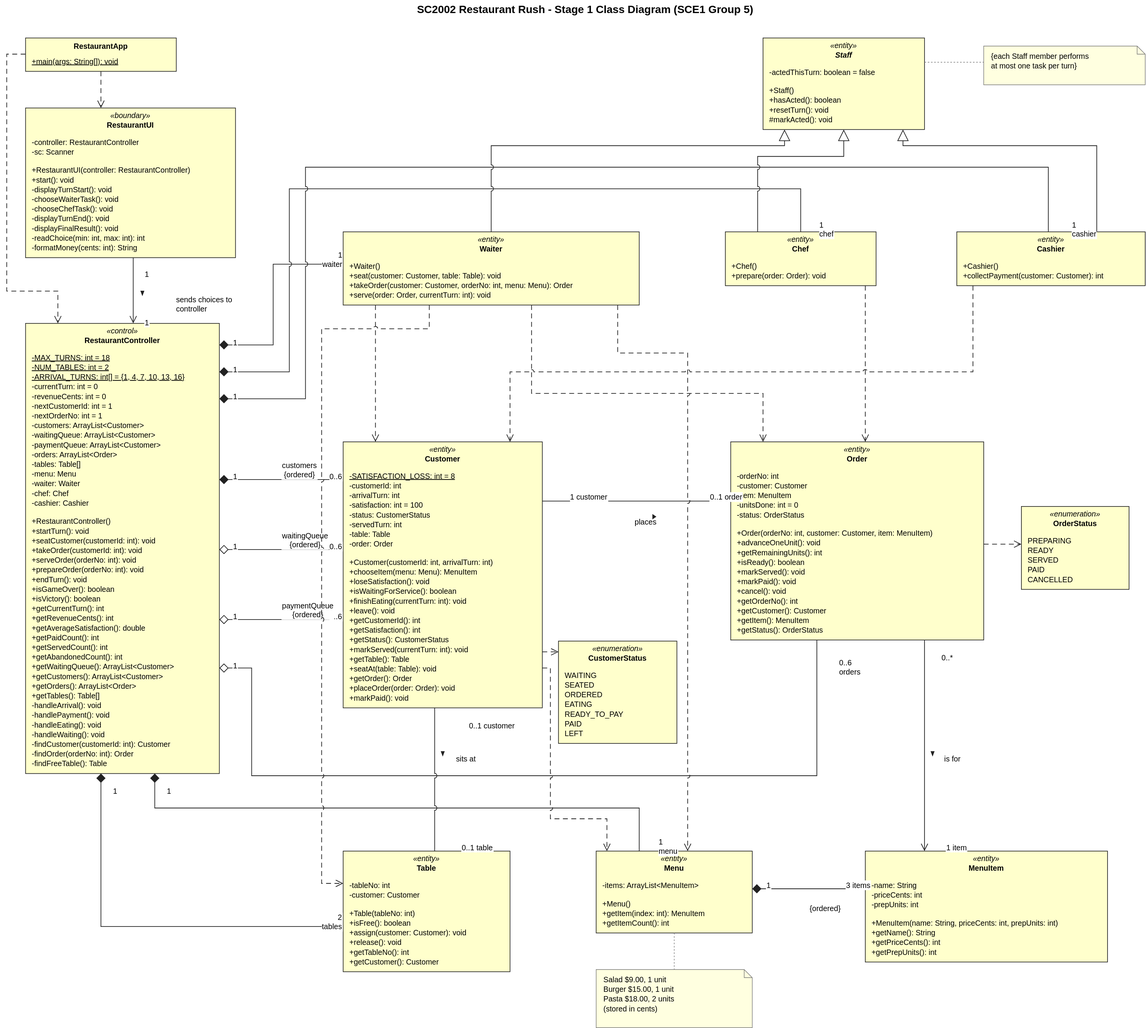
Above: docs/stage1_class_diagram.drawio.svg in Divyansh050505/SC2002-Restaurant-Rush-SCE1-Group5 (draw.io), before the change. Source tidied: cells renumbered, new cells last; positions are measured from the earlier drawing's top-left corner, leaving out a move shared by most shapes.
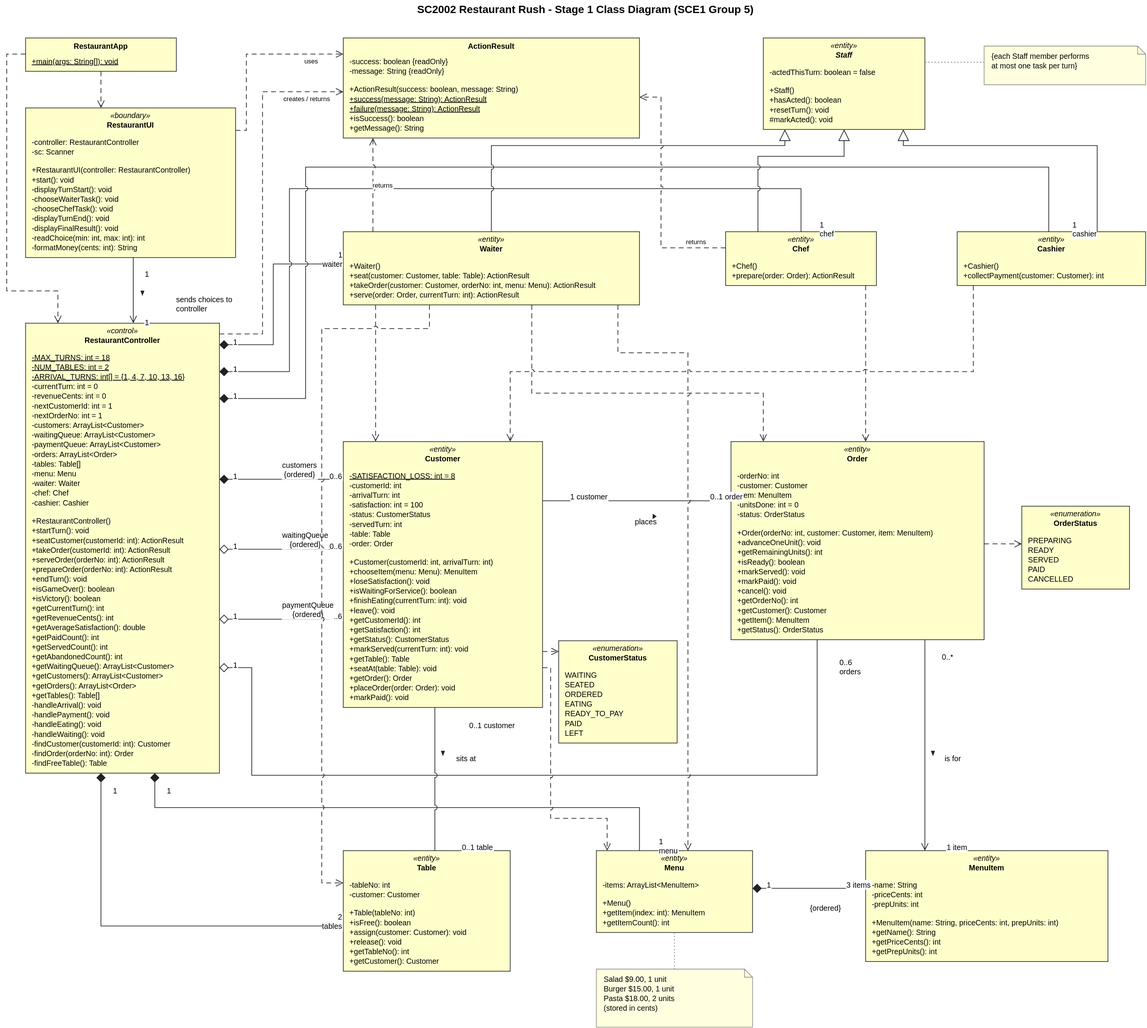
The same file after the commit.

Commit message:
Implement the customer class with validation checks; update the UML class diagram to include ActionResult class

The edit, as a diff of the source:
```diff
@@ -134,16 +134,16 @@
     <mxCell id="45" value="+startTurn(): void" style="text;html=0;strokeColor=none;fillColor=none;overflow=visible;whiteSpace=nowrap;fontFamily=Arial;fontSize=14;spacing=0;verticalAlign=middle;fontStyle=0;align=left;" parent="23" vertex="1">
       <mxGeometry x="12" y="376" width="336" height="18" as="geometry" />
     </mxCell>
-    <mxCell id="46" value="+seatCustomer(customerId: int): void" style="text;html=0;strokeColor=none;fillColor=none;overflow=visible;whiteSpace=nowrap;fontFamily=Arial;fontSize=14;spacing=0;verticalAlign=middle;fontStyle=0;align=left;" parent="23" vertex="1">
+    <mxCell id="46" value="+seatCustomer(customerId: int): ActionResult" style="text;html=0;strokeColor=none;fillColor=none;overflow=visible;whiteSpace=nowrap;fontFamily=Arial;fontSize=14;spacing=0;verticalAlign=middle;fontStyle=0;align=left;" parent="23" vertex="1">
       <mxGeometry x="12" y="394" width="336" height="18" as="geometry" />
     </mxCell>
-    <mxCell id="47" value="+takeOrder(customerId: int): void" style="text;html=0;strokeColor=none;fillColor=none;overflow=visible;whiteSpace=nowrap;fontFamily=Arial;fontSize=14;spacing=0;verticalAlign=middle;fontStyle=0;align=left;" parent="23" vertex="1">
+    <mxCell id="47" value="+takeOrder(customerId: int): ActionResult" style="text;html=0;strokeColor=none;fillColor=none;overflow=visible;whiteSpace=nowrap;fontFamily=Arial;fontSize=14;spacing=0;verticalAlign=middle;fontStyle=0;align=left;" parent="23" vertex="1">
       <mxGeometry x="12" y="412" width="336" height="18" as="geometry" />
     </mxCell>
-    <mxCell id="48" value="+serveOrder(orderNo: int): void" style="text;html=0;strokeColor=none;fillColor=none;overflow=visible;whiteSpace=nowrap;fontFamily=Arial;fontSize=14;spacing=0;verticalAlign=middle;fontStyle=0;align=left;" parent="23" vertex="1">
+    <mxCell id="48" value="+serveOrder(orderNo: int): ActionResult" style="text;html=0;strokeColor=none;fillColor=none;overflow=visible;whiteSpace=nowrap;fontFamily=Arial;fontSize=14;spacing=0;verticalAlign=middle;fontStyle=0;align=left;" parent="23" vertex="1">
       <mxGeometry x="12" y="430" width="336" height="18" as="geometry" />
     </mxCell>
-    <mxCell id="49" value="+prepareOrder(orderNo: int): void" style="text;html=0;strokeColor=none;fillColor=none;overflow=visible;whiteSpace=nowrap;fontFamily=Arial;fontSize=14;spacing=0;verticalAlign=middle;fontStyle=0;align=left;" parent="23" vertex="1">
+    <mxCell id="49" value="+prepareOrder(orderNo: int): ActionResult" style="text;html=0;strokeColor=none;fillColor=none;overflow=visible;whiteSpace=nowrap;fontFamily=Arial;fontSize=14;spacing=0;verticalAlign=middle;fontStyle=0;align=left;" parent="23" vertex="1">
       <mxGeometry x="12" y="448" width="336" height="18" as="geometry" />
     </mxCell>
     <mxCell id="50" value="+endTurn(): void" style="text;html=0;strokeColor=none;fillColor=none;overflow=visible;whiteSpace=nowrap;fontFamily=Arial;fontSize=14;spacing=0;verticalAlign=middle;fontStyle=0;align=left;" parent="23" vertex="1">
@@ -206,6 +206,39 @@
     <mxCell id="69" value="-findFreeTable(): Table" style="text;html=0;strokeColor=none;fillColor=none;overflow=visible;whiteSpace=nowrap;fontFamily=Arial;fontSize=14;spacing=0;verticalAlign=middle;fontStyle=0;align=left;" parent="23" vertex="1">
       <mxGeometry x="12" y="808" width="336" height="18" as="geometry" />
     </mxCell>
+    <mxCell id="281" style="rounded=0;whiteSpace=wrap;html=0;fillColor=#FFFFCC;strokeColor=#222222;strokeWidth=1.2;" parent="1" vertex="1">
+      <mxGeometry x="625" y="70" width="550" height="186" as="geometry" />
+    </mxCell>
+    <mxCell id="282" value="ActionResult" style="text;html=0;strokeColor=none;fillColor=none;overflow=visible;whiteSpace=nowrap;fontFamily=Arial;fontSize=14;spacing=0;verticalAlign=middle;fontStyle=1;align=center;" parent="281" vertex="1">
+      <mxGeometry y="6" width="550" height="18" as="geometry" />
+    </mxCell>
+    <mxCell id="283" style="shape=line;strokeColor=#222222;strokeWidth=1;" parent="281" vertex="1">
+      <mxGeometry y="28" width="550" as="geometry" />
+    </mxCell>
+    <mxCell id="284" value="-success: boolean {readOnly}" style="text;html=0;strokeColor=none;fillColor=none;overflow=visible;whiteSpace=nowrap;fontFamily=Arial;fontSize=14;spacing=0;verticalAlign=middle;fontStyle=0;align=left;" parent="281" vertex="1">
+      <mxGeometry x="12" y="34" width="526" height="18" as="geometry" />
+    </mxCell>
+    <mxCell id="285" value="-message: String {readOnly}" style="text;html=0;strokeColor=none;fillColor=none;overflow=visible;whiteSpace=nowrap;fontFamily=Arial;fontSize=14;spacing=0;verticalAlign=middle;fontStyle=0;align=left;" parent="281" vertex="1">
+      <mxGeometry x="12" y="52" width="526" height="18" as="geometry" />
+    </mxCell>
+    <mxCell id="286" style="shape=line;strokeColor=#222222;strokeWidth=1;" parent="281" vertex="1">
+      <mxGeometry y="80" width="550" as="geometry" />
+    </mxCell>
+    <mxCell id="287" value="+ActionResult(success: boolean, message: String)" style="text;html=0;strokeColor=none;fillColor=none;overflow=visible;whiteSpace=nowrap;fontFamily=Arial;fontSize=14;spacing=0;verticalAlign=middle;fontStyle=0;align=left;" parent="281" vertex="1">
+      <mxGeometry x="12" y="86" width="526" height="18" as="geometry" />
+    </mxCell>
+    <mxCell id="288" value="+success(message: String): ActionResult" style="text;html=0;strokeColor=none;fillColor=none;overflow=visible;whiteSpace=nowrap;fontFamily=Arial;fontSize=14;spacing=0;verticalAlign=middle;fontStyle=4;align=left;" parent="281" vertex="1">
+      <mxGeometry x="12" y="104" width="526" height="18" as="geometry" />
+    </mxCell>
+    <mxCell id="289" value="+failure(message: String): ActionResult" style="text;html=0;strokeColor=none;fillColor=none;overflow=visible;whiteSpace=nowrap;fontFamily=Arial;fontSize=14;spacing=0;verticalAlign=middle;fontStyle=4;align=left;" parent="281" vertex="1">
+      <mxGeometry x="12" y="122" width="526" height="18" as="geometry" />
+    </mxCell>
+    <mxCell id="290" value="+isSuccess(): boolean" style="text;html=0;strokeColor=none;fillColor=none;overflow=visible;whiteSpace=nowrap;fontFamily=Arial;fontSize=14;spacing=0;verticalAlign=middle;fontStyle=0;align=left;" parent="281" vertex="1">
+      <mxGeometry x="12" y="140" width="526" height="18" as="geometry" />
+    </mxCell>
+    <mxCell id="291" value="+getMessage(): String" style="text;html=0;strokeColor=none;fillColor=none;overflow=visible;whiteSpace=nowrap;fontFamily=Arial;fontSize=14;spacing=0;verticalAlign=middle;fontStyle=0;align=left;" parent="281" vertex="1">
+      <mxGeometry x="12" y="158" width="526" height="18" as="geometry" />
+    </mxCell>
     <mxCell id="70" style="rounded=0;whiteSpace=wrap;html=0;fillColor=#FFFFCC;strokeColor=#222222;strokeWidth=1.2;" parent="1" vertex="1">
       <mxGeometry x="1405" y="70" width="300" height="170" as="geometry" />
     </mxCell>
@@ -251,13 +284,13 @@
     <mxCell id="84" value="+Waiter()" style="text;html=0;strokeColor=none;fillColor=none;overflow=visible;whiteSpace=nowrap;fontFamily=Arial;fontSize=14;spacing=0;verticalAlign=middle;fontStyle=0;align=left;" parent="80" vertex="1">
       <mxGeometry x="12" y="54" width="526" height="18" as="geometry" />
     </mxCell>
-    <mxCell id="85" value="+seat(customer: Customer, table: Table): void" style="text;html=0;strokeColor=none;fillColor=none;overflow=visible;whiteSpace=nowrap;fontFamily=Arial;fontSize=14;spacing=0;verticalAlign=middle;fontStyle=0;align=left;" parent="80" vertex="1">
+    <mxCell id="85" value="+seat(customer: Customer, table: Table): ActionResult" style="text;html=0;strokeColor=none;fillColor=none;overflow=visible;whiteSpace=nowrap;fontFamily=Arial;fontSize=14;spacing=0;verticalAlign=middle;fontStyle=0;align=left;" parent="80" vertex="1">
       <mxGeometry x="12" y="72" width="526" height="18" as="geometry" />
     </mxCell>
-    <mxCell id="86" value="+takeOrder(customer: Customer, orderNo: int, menu: Menu): Order" style="text;html=0;strokeColor=none;fillColor=none;overflow=visible;whiteSpace=nowrap;fontFamily=Arial;fontSize=14;spacing=0;verticalAlign=middle;fontStyle=0;align=left;" parent="80" vertex="1">
+    <mxCell id="86" value="+takeOrder(customer: Customer, orderNo: int, menu: Menu): ActionResult" style="text;html=0;strokeColor=none;fillColor=none;overflow=visible;whiteSpace=nowrap;fontFamily=Arial;fontSize=14;spacing=0;verticalAlign=middle;fontStyle=0;align=left;" parent="80" vertex="1">
       <mxGeometry x="12" y="90" width="526" height="18" as="geometry" />
     </mxCell>
-    <mxCell id="87" value="+serve(order: Order, currentTurn: int): void" style="text;html=0;strokeColor=none;fillColor=none;overflow=visible;whiteSpace=nowrap;fontFamily=Arial;fontSize=14;spacing=0;verticalAlign=middle;fontStyle=0;align=left;" parent="80" vertex="1">
+    <mxCell id="87" value="+serve(order: Order, currentTurn: int): ActionResult" style="text;html=0;strokeColor=none;fillColor=none;overflow=visible;whiteSpace=nowrap;fontFamily=Arial;fontSize=14;spacing=0;verticalAlign=middle;fontStyle=0;align=left;" parent="80" vertex="1">
       <mxGeometry x="12" y="108" width="526" height="18" as="geometry" />
     </mxCell>
     <mxCell id="88" style="rounded=0;whiteSpace=wrap;html=0;fillColor=#FFFFCC;strokeColor=#222222;strokeWidth=1.2;" parent="1" vertex="1">
@@ -275,7 +308,7 @@
     <mxCell id="92" value="+Chef()" style="text;html=0;strokeColor=none;fillColor=none;overflow=visible;whiteSpace=nowrap;fontFamily=Arial;fontSize=14;spacing=0;verticalAlign=middle;fontStyle=0;align=left;" parent="88" vertex="1">
       <mxGeometry x="12" y="54" width="256" height="18" as="geometry" />
     </mxCell>
-    <mxCell id="93" value="+prepare(order: Order): void" style="text;html=0;strokeColor=none;fillColor=none;overflow=visible;whiteSpace=nowrap;fontFamily=Arial;fontSize=14;spacing=0;verticalAlign=middle;fontStyle=0;align=left;" parent="88" vertex="1">
+    <mxCell id="93" value="+prepare(order: Order): ActionResult" style="text;html=0;strokeColor=none;fillColor=none;overflow=visible;whiteSpace=nowrap;fontFamily=Arial;fontSize=14;spacing=0;verticalAlign=middle;fontStyle=0;align=left;" parent="88" vertex="1">
       <mxGeometry x="12" y="72" width="256" height="18" as="geometry" />
     </mxCell>
     <mxCell id="94" style="rounded=0;whiteSpace=wrap;html=0;fillColor=#FFFFCC;strokeColor=#222222;strokeWidth=1.2;" parent="1" vertex="1">
@@ -999,5 +1032,44 @@
     <mxCell id="280" style="edgeStyle=segmentEdgeStyle;endArrow=none;dashed=1;strokeColor=#777777;exitX=0.5;exitY=1.0;entryX=0.5;entryY=0.0;" parent="1" edge="1" source="162" target="206">
       <mxGeometry relative="1" as="geometry" />
     </mxCell>
+    <mxCell id="292" style="edgeStyle=segmentEdgeStyle;rounded=0;jettySize=auto;html=0;strokeColor=#222222;strokeWidth=1.3;startArrow=none;endArrow=open;endFill=0;endSize=11;dashed=1;dashPattern=7 5;jumpStyle=arc;jumpSize=8;fontFamily=Arial;fontSize=12;labelBackgroundColor=#FFFFFF;exitX=1;exitY=0.15;exitDx=0;exitDy=0;entryX=0;entryY=0.16129032258064516;entryDx=0;entryDy=0;" parent="1" edge="1" source="7" target="281">
+      <mxGeometry relative="1" as="geometry">
+        <Array as="points">
+          <mxPoint x="445" y="241.7" />
+          <mxPoint x="445" y="100" />
+        </Array>
+      </mxGeometry>
+    </mxCell>
+    <mxCell id="293" value="uses" style="edgeLabel;html=0;align=center;verticalAlign=middle;fontFamily=Arial;fontSize=12;labelBackgroundColor=#FFFFFF;" parent="292" vertex="1">
+      <mxGeometry x="0.65" y="-12" relative="1" as="geometry" />
+    </mxCell>
+    <mxCell id="294" style="edgeStyle=segmentEdgeStyle;rounded=0;jettySize=auto;html=0;strokeColor=#222222;strokeWidth=1.3;startArrow=none;endArrow=open;endFill=0;endSize=11;dashed=1;dashPattern=7 5;jumpStyle=arc;jumpSize=8;fontFamily=Arial;fontSize=12;labelBackgroundColor=#FFFFFF;exitX=1;exitY=0.023923444976076555;exitDx=0;exitDy=0;entryX=0;entryY=0.5376344086021505;entryDx=0;entryDy=0;" parent="1" edge="1" source="23" target="281">
+      <mxGeometry relative="1" as="geometry">
+        <Array as="points">
+          <mxPoint x="475" y="620" />
+          <mxPoint x="475" y="170" />
+        </Array>
+      </mxGeometry>
+    </mxCell>
+    <mxCell id="295" value="creates / returns" style="edgeLabel;html=0;align=center;verticalAlign=middle;fontFamily=Arial;fontSize=12;labelBackgroundColor=#FFFFFF;" parent="294" vertex="1">
+      <mxGeometry x="0.8" y="-12" relative="1" as="geometry" />
+    </mxCell>
+    <mxCell id="296" style="edgeStyle=segmentEdgeStyle;rounded=0;jettySize=auto;html=0;strokeColor=#222222;strokeWidth=1.3;startArrow=none;endArrow=open;endFill=0;endSize=11;dashed=1;dashPattern=7 5;jumpStyle=arc;jumpSize=8;fontFamily=Arial;fontSize=12;labelBackgroundColor=#FFFFFF;exitX=0.1;exitY=0;exitDx=0;exitDy=0;entryX=0.1;entryY=1;entryDx=0;entryDy=0;" parent="1" edge="1" source="80" target="281">
+      <mxGeometry relative="1" as="geometry" />
+    </mxCell>
+    <mxCell id="297" value="returns" style="edgeLabel;html=0;align=center;verticalAlign=middle;fontFamily=Arial;fontSize=12;labelBackgroundColor=#FFFFFF;" parent="296" vertex="1">
+      <mxGeometry y="-18" relative="1" as="geometry" />
+    </mxCell>
+    <mxCell id="298" style="edgeStyle=segmentEdgeStyle;rounded=0;jettySize=auto;html=0;strokeColor=#222222;strokeWidth=1.3;startArrow=none;endArrow=open;endFill=0;endSize=11;dashed=1;dashPattern=7 5;jumpStyle=arc;jumpSize=8;fontFamily=Arial;fontSize=12;labelBackgroundColor=#FFFFFF;exitX=0;exitY=0.3;exitDx=0;exitDy=0;entryX=1;entryY=0.5913978494623656;entryDx=0;entryDy=0;" parent="1" edge="1" source="88" target="281">
+      <mxGeometry relative="1" as="geometry">
+        <Array as="points">
+          <mxPoint x="1215" y="460" />
+          <mxPoint x="1215" y="180" />
+        </Array>
+      </mxGeometry>
+    </mxCell>
+    <mxCell id="299" value="returns" style="edgeLabel;html=0;align=center;verticalAlign=middle;fontFamily=Arial;fontSize=12;labelBackgroundColor=#FFFFFF;" parent="298" vertex="1">
+      <mxGeometry x="-0.75" y="-12" relative="1" as="geometry" />
+    </mxCell>
   </root>
 </mxGraphModel>
```
